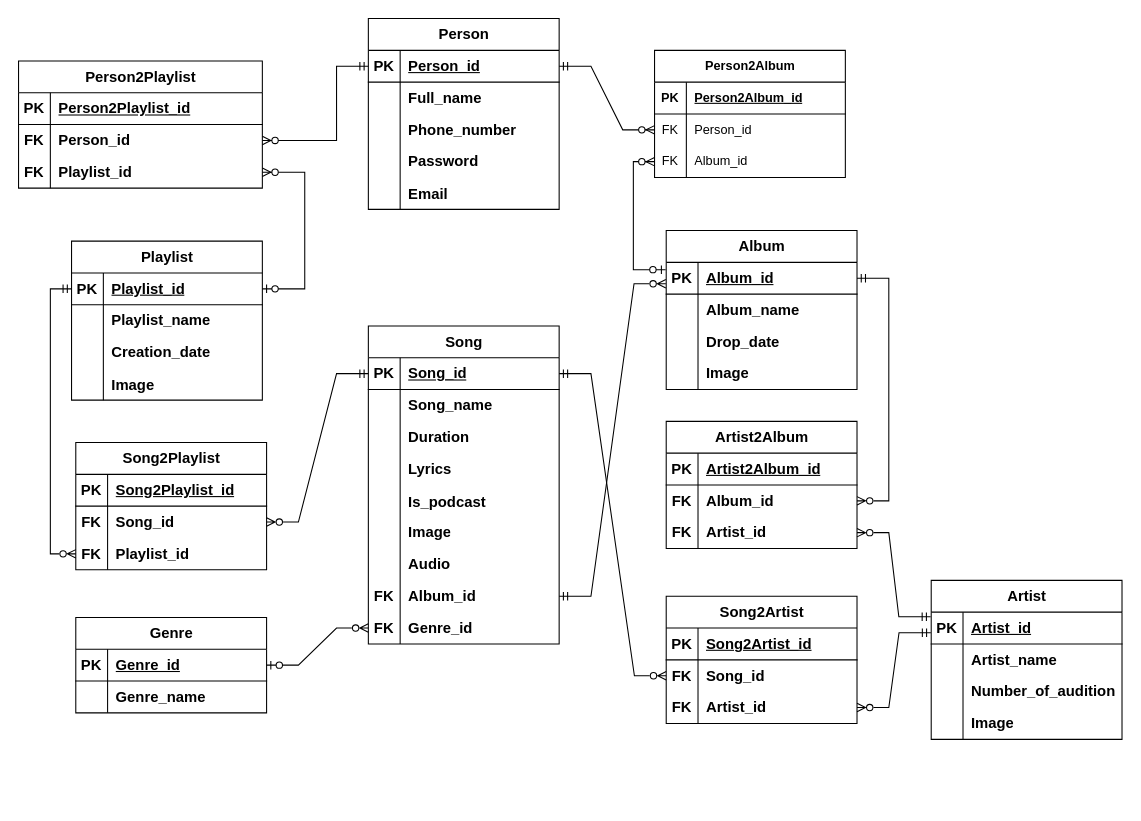
Above: лм v2.0.drawio in marsek4/database (draw.io), before the change. Source tidied: cells renumbered, new cells numbered last; positions are measured from the earlier drawing's top-left corner, leaving out a move shared by most shapes. Both pictures are drawn from the tidied source at 106%, with x=0, y=0 at pixel (18, 18).
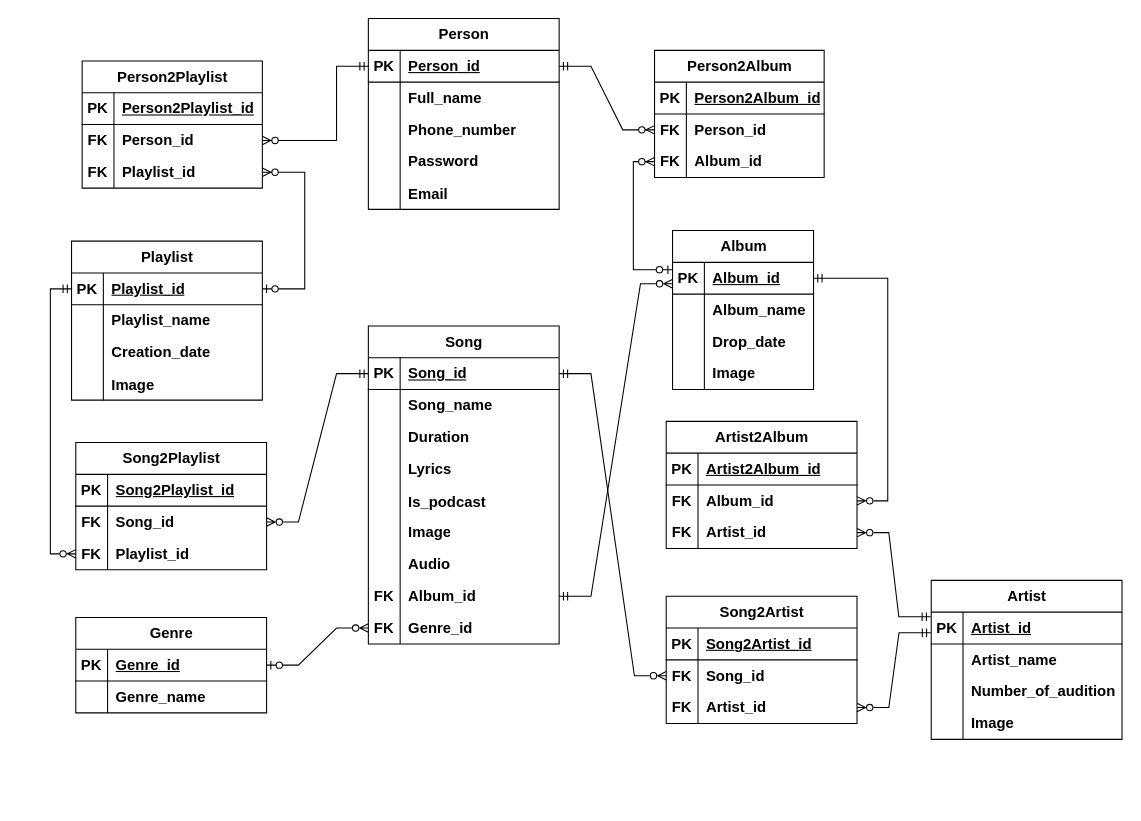
Above is the later version.

Unchanged cells that the change refers to:
```xml
<mxCell id="3" style="shape=tableRow;horizontal=0;startSize=0;swimlaneHead=0;swimlaneBody=0;fillColor=none;points=[[0,0.5],[1,0.5]];portConstraint=eastwest;top=0;left=0;right=0;bottom=1;fontStyle=1;fontSize=14;" parent="2" vertex="1">
  <mxGeometry y="30" width="180" height="30" as="geometry" />
</mxCell>
<mxCell id="129" style="shape=tableRow;horizontal=0;startSize=0;swimlaneHead=0;swimlaneBody=0;fillColor=none;points=[[0,0.5],[1,0.5]];portConstraint=eastwest;top=0;left=0;right=0;bottom=0;fontStyle=1;fontSize=14;" parent="125" vertex="1">
  <mxGeometry y="60" width="180" height="30" as="geometry" />
</mxCell>
```

What changed in the source:
```diff
@@
     <mxCell id="18" value="Album" style="shape=table;startSize=30;childLayout=tableLayout;rowLines=0;fontStyle=1;align=center;html=1;fontSize=14;" parent="1" vertex="1">
-      <mxGeometry x="611" y="200" width="180" height="150" as="geometry" />
+      <mxGeometry x="617" y="200" width="133" height="150" as="geometry" />
     </mxCell>
     <mxCell id="19" style="shape=tableRow;horizontal=0;startSize=0;swimlaneHead=0;swimlaneBody=0;fillColor=none;points=[[0,0.5],[1,0.5]];portConstraint=eastwest;top=0;left=0;right=0;bottom=1;fontStyle=1;fontSize=14;" parent="18" vertex="1">
-      <mxGeometry y="30" width="180" height="30" as="geometry" />
+      <mxGeometry y="30" width="133" height="30" as="geometry" />
     </mxCell>
@@
     <mxCell id="21" value="Album_id" style="shape=partialRectangle;fillColor=none;top=0;left=0;bottom=0;right=0;align=left;spacingLeft=6;fontStyle=5;overflow=hidden;whiteSpace=wrap;html=1;fontSize=14;" parent="19" vertex="1">
-      <mxGeometry x="30" width="150" height="30" as="geometry" />
+      <mxGeometry x="30" width="103" height="30" as="geometry" />
     </mxCell>
     <mxCell id="22" style="shape=tableRow;horizontal=0;startSize=0;swimlaneHead=0;swimlaneBody=0;fillColor=none;top=0;left=0;right=0;bottom=0;fontStyle=1;fontSize=14;" parent="18" vertex="1">
-      <mxGeometry y="60" width="180" height="30" as="geometry" />
+      <mxGeometry y="60" width="133" height="30" as="geometry" />
     </mxCell>
@@
     <mxCell id="24" value="Album_name" style="shape=partialRectangle;fillColor=none;top=0;left=0;bottom=0;right=0;align=left;spacingLeft=6;overflow=hidden;whiteSpace=wrap;html=1;fontStyle=1;fontSize=14;" parent="22" vertex="1">
-      <mxGeometry x="30" width="150" height="30" as="geometry" />
+      <mxGeometry x="30" width="103" height="30" as="geometry" />
     </mxCell>
     <mxCell id="25" style="shape=tableRow;horizontal=0;startSize=0;swimlaneHead=0;swimlaneBody=0;fillColor=none;top=0;left=0;right=0;bottom=0;fontStyle=1;fontSize=14;" parent="18" vertex="1">
-      <mxGeometry y="90" width="180" height="30" as="geometry" />
+      <mxGeometry y="90" width="133" height="30" as="geometry" />
     </mxCell>
@@
     <mxCell id="27" value="Drop_date" style="shape=partialRectangle;fillColor=none;top=0;left=0;bottom=0;right=0;align=left;spacingLeft=6;overflow=hidden;whiteSpace=wrap;html=1;fontStyle=1;fontSize=14;" parent="25" vertex="1">
-      <mxGeometry x="30" width="150" height="30" as="geometry" />
+      <mxGeometry x="30" width="103" height="30" as="geometry" />
     </mxCell>
     <mxCell id="28" style="shape=tableRow;horizontal=0;startSize=0;swimlaneHead=0;swimlaneBody=0;fillColor=none;top=0;left=0;right=0;bottom=0;fontStyle=1;fontSize=14;" parent="18" vertex="1">
-      <mxGeometry y="120" width="180" height="30" as="geometry" />
+      <mxGeometry y="120" width="133" height="30" as="geometry" />
     </mxCell>
@@
     <mxCell id="30" value="Image" style="shape=partialRectangle;fillColor=none;top=0;left=0;bottom=0;right=0;align=left;spacingLeft=6;fontStyle=1;overflow=hidden;whiteSpace=wrap;html=1;fontSize=14;" parent="28" vertex="1">
-      <mxGeometry x="30" width="150" height="30" as="geometry" />
+      <mxGeometry x="30" width="103" height="30" as="geometry" />
     </mxCell>
@@
     <mxCell id="112" value="Person2Playlist" style="shape=table;startSize=30;childLayout=tableLayout;rowLines=0;fontStyle=1;align=center;html=1;fontSize=14;" parent="1" vertex="1">
-      <mxGeometry y="40" width="230" height="120" as="geometry" />
+      <mxGeometry x="60" y="40" width="170" height="120" as="geometry" />
     </mxCell>
     <mxCell id="113" style="shape=tableRow;horizontal=0;startSize=0;swimlaneHead=0;swimlaneBody=0;fillColor=none;top=0;left=0;right=0;bottom=1;fontStyle=1;fontSize=14;" parent="112" vertex="1">
-      <mxGeometry y="30" width="230" height="30" as="geometry" />
+      <mxGeometry y="30" width="170" height="30" as="geometry" />
     </mxCell>
@@
     <mxCell id="115" value="Person2Playlist_id" style="shape=partialRectangle;fillColor=none;top=0;left=0;bottom=0;right=0;align=left;spacingLeft=6;fontStyle=5;overflow=hidden;whiteSpace=wrap;html=1;fontSize=14;" parent="113" vertex="1">
-      <mxGeometry x="30" width="200" height="30" as="geometry" />
+      <mxGeometry x="30" width="140" height="30" as="geometry" />
     </mxCell>
     <mxCell id="116" style="shape=tableRow;horizontal=0;startSize=0;swimlaneHead=0;swimlaneBody=0;fillColor=none;points=[[0,0.5],[1,0.5]];portConstraint=eastwest;top=0;left=0;right=0;bottom=0;fontStyle=1;fontSize=14;" parent="112" vertex="1">
-      <mxGeometry y="60" width="230" height="30" as="geometry" />
+      <mxGeometry y="60" width="170" height="30" as="geometry" />
     </mxCell>
@@
     <mxCell id="118" value="Person_id" style="shape=partialRectangle;fillColor=none;top=0;left=0;bottom=0;right=0;align=left;spacingLeft=6;fontStyle=1;overflow=hidden;whiteSpace=wrap;html=1;fontSize=14;" parent="116" vertex="1">
-      <mxGeometry x="30" width="200" height="30" as="geometry" />
+      <mxGeometry x="30" width="140" height="30" as="geometry" />
     </mxCell>
     <mxCell id="119" style="shape=tableRow;horizontal=0;startSize=0;swimlaneHead=0;swimlaneBody=0;fillColor=none;points=[[0,0.5],[1,0.5]];portConstraint=eastwest;top=0;left=0;right=0;bottom=0;fontStyle=1;fontSize=14;" parent="112" vertex="1">
-      <mxGeometry y="90" width="230" height="30" as="geometry" />
+      <mxGeometry y="90" width="170" height="30" as="geometry" />
     </mxCell>
@@
     <mxCell id="121" value="Playlist_id" style="shape=partialRectangle;fillColor=none;top=0;left=0;bottom=0;right=0;align=left;spacingLeft=6;fontStyle=1;overflow=hidden;whiteSpace=wrap;html=1;fontSize=14;" parent="119" vertex="1">
-      <mxGeometry x="30" width="200" height="30" as="geometry" />
+      <mxGeometry x="30" width="140" height="30" as="geometry" />
     </mxCell>
@@
-    <mxCell id="136" style="edgeStyle=entityRelationEdgeStyle;fontSize=14;html=1;endArrow=ERmandOne;startArrow=ERzeroToMany;rounded=0;entryX=1;entryY=0.5;entryDx=0;entryDy=0;endFill=0;exitX=1;exitY=0.5;exitDx=0;exitDy=0;fontStyle=1;startFill=0;" parent="1" edge="1" source="129" target="19">
+    <mxCell id="136" style="edgeStyle=elbowEdgeStyle;fontSize=14;html=1;endArrow=ERmandOne;startArrow=ERzeroToMany;rounded=0;entryX=1;entryY=0.5;entryDx=0;entryDy=0;endFill=0;exitX=1;exitY=0.5;exitDx=0;exitDy=0;fontStyle=1;startFill=0;" parent="1" edge="1" source="129" target="19">
       <mxGeometry relative="1" as="geometry">
         <Array as="points">
-          <mxPoint x="811" y="420" />
-          <mxPoint x="811" y="420" />
+          <mxPoint x="820" y="330" />
         </Array>
       </mxGeometry>
     </mxCell>
@@
-    <mxCell id="145" value="Person2Album" style="shape=table;startSize=30;childLayout=tableLayout;rowLines=0;fontStyle=1;align=center;html=1;" parent="1" vertex="1">
-      <mxGeometry x="600" y="30" width="180" height="120" as="geometry" />
+    <mxCell id="145" value="Person2Album" style="shape=table;startSize=30;childLayout=tableLayout;rowLines=0;fontStyle=1;align=center;html=1;fontSize=14;" parent="1" vertex="1">
+      <mxGeometry x="600" y="30" width="160" height="120" as="geometry" />
     </mxCell>
-    <mxCell id="146" style="shape=tableRow;horizontal=0;startSize=0;swimlaneHead=0;swimlaneBody=0;fillColor=none;top=0;left=0;right=0;bottom=1;" parent="145" vertex="1">
-      <mxGeometry y="30" width="180" height="30" as="geometry" />
+    <mxCell id="146" style="shape=tableRow;horizontal=0;startSize=0;swimlaneHead=0;swimlaneBody=0;fillColor=none;top=0;left=0;right=0;bottom=1;fontStyle=1;fontSize=14;" parent="145" vertex="1">
+      <mxGeometry y="30" width="160" height="30" as="geometry" />
     </mxCell>
-    <mxCell id="147" value="PK" style="shape=partialRectangle;fillColor=none;top=0;left=0;bottom=0;right=0;fontStyle=1;overflow=hidden;whiteSpace=wrap;html=1;" parent="146" vertex="1">
+    <mxCell id="147" value="PK" style="shape=partialRectangle;fillColor=none;top=0;left=0;bottom=0;right=0;fontStyle=1;overflow=hidden;whiteSpace=wrap;html=1;fontSize=14;" parent="146" vertex="1">
       <mxGeometry width="30" height="30" as="geometry" />
     </mxCell>
-    <mxCell id="148" value="Person2Album_id" style="shape=partialRectangle;fillColor=none;top=0;left=0;bottom=0;right=0;align=left;spacingLeft=6;fontStyle=5;overflow=hidden;whiteSpace=wrap;html=1;" parent="146" vertex="1">
-      <mxGeometry x="30" width="150" height="30" as="geometry" />
+    <mxCell id="148" value="Person2Album_id" style="shape=partialRectangle;fillColor=none;top=0;left=0;bottom=0;right=0;align=left;spacingLeft=6;fontStyle=5;overflow=hidden;whiteSpace=wrap;html=1;fontSize=14;" parent="146" vertex="1">
+      <mxGeometry x="30" width="130" height="30" as="geometry" />
     </mxCell>
-    <mxCell id="149" style="shape=tableRow;horizontal=0;startSize=0;swimlaneHead=0;swimlaneBody=0;fillColor=none;points=[[0,0.5],[1,0.5]];portConstraint=eastwest;top=0;left=0;right=0;bottom=0;" parent="145" vertex="1">
-      <mxGeometry y="60" width="180" height="30" as="geometry" />
+    <mxCell id="149" style="shape=tableRow;horizontal=0;startSize=0;swimlaneHead=0;swimlaneBody=0;fillColor=none;points=[[0,0.5],[1,0.5]];portConstraint=eastwest;top=0;left=0;right=0;bottom=0;fontStyle=1;fontSize=14;" parent="145" vertex="1">
+      <mxGeometry y="60" width="160" height="30" as="geometry" />
     </mxCell>
-    <mxCell id="150" value="FK" style="shape=partialRectangle;fillColor=none;top=0;left=0;bottom=0;right=0;fontStyle=0;overflow=hidden;whiteSpace=wrap;html=1;" parent="149" vertex="1">
+    <mxCell id="150" value="FK" style="shape=partialRectangle;fillColor=none;top=0;left=0;bottom=0;right=0;fontStyle=1;overflow=hidden;whiteSpace=wrap;html=1;fontSize=14;" parent="149" vertex="1">
       <mxGeometry width="30" height="30" as="geometry" />
     </mxCell>
-    <mxCell id="151" value="Person_id" style="shape=partialRectangle;fillColor=none;top=0;left=0;bottom=0;right=0;align=left;spacingLeft=6;fontStyle=0;overflow=hidden;whiteSpace=wrap;html=1;" parent="149" vertex="1">
-      <mxGeometry x="30" width="150" height="30" as="geometry" />
+    <mxCell id="151" value="Person_id" style="shape=partialRectangle;fillColor=none;top=0;left=0;bottom=0;right=0;align=left;spacingLeft=6;fontStyle=1;overflow=hidden;whiteSpace=wrap;html=1;fontSize=14;" parent="149" vertex="1">
+      <mxGeometry x="30" width="130" height="30" as="geometry" />
     </mxCell>
-    <mxCell id="152" style="shape=tableRow;horizontal=0;startSize=0;swimlaneHead=0;swimlaneBody=0;fillColor=none;points=[[0,0.5],[1,0.5]];portConstraint=eastwest;top=0;left=0;right=0;bottom=0;" parent="145" vertex="1">
-      <mxGeometry y="90" width="180" height="30" as="geometry" />
+    <mxCell id="152" style="shape=tableRow;horizontal=0;startSize=0;swimlaneHead=0;swimlaneBody=0;fillColor=none;points=[[0,0.5],[1,0.5]];portConstraint=eastwest;top=0;left=0;right=0;bottom=0;fontStyle=1;fontSize=14;" parent="145" vertex="1">
+      <mxGeometry y="90" width="160" height="30" as="geometry" />
     </mxCell>
-    <mxCell id="153" value="FK" style="shape=partialRectangle;fillColor=none;top=0;left=0;bottom=0;right=0;fontStyle=0;overflow=hidden;whiteSpace=wrap;html=1;" parent="152" vertex="1">
+    <mxCell id="153" value="FK" style="shape=partialRectangle;fillColor=none;top=0;left=0;bottom=0;right=0;fontStyle=1;overflow=hidden;whiteSpace=wrap;html=1;fontSize=14;" parent="152" vertex="1">
       <mxGeometry width="30" height="30" as="geometry" />
     </mxCell>
-    <mxCell id="154" value="Album_id" style="shape=partialRectangle;fillColor=none;top=0;left=0;bottom=0;right=0;align=left;spacingLeft=6;fontStyle=0;overflow=hidden;whiteSpace=wrap;html=1;" parent="152" vertex="1">
-      <mxGeometry x="30" width="150" height="30" as="geometry" />
+    <mxCell id="154" value="Album_id" style="shape=partialRectangle;fillColor=none;top=0;left=0;bottom=0;right=0;align=left;spacingLeft=6;fontStyle=1;overflow=hidden;whiteSpace=wrap;html=1;fontSize=14;" parent="152" vertex="1">
+      <mxGeometry x="30" width="130" height="30" as="geometry" />
     </mxCell>
-    <mxCell id="155" style="edgeStyle=entityRelationEdgeStyle;fontSize=12;html=1;endArrow=ERzeroToMany;startArrow=ERmandOne;rounded=0;entryX=0;entryY=0.5;entryDx=0;entryDy=0;exitX=1;exitY=0.5;exitDx=0;exitDy=0;" parent="1" edge="1" source="3" target="149">
+    <mxCell id="155" style="edgeStyle=entityRelationEdgeStyle;fontSize=14;html=1;endArrow=ERzeroToMany;startArrow=ERmandOne;rounded=0;entryX=0;entryY=0.5;entryDx=0;entryDy=0;exitX=1;exitY=0.5;exitDx=0;exitDy=0;fontStyle=1;" parent="1" edge="1" source="3" target="149">
       <mxGeometry relative="1" as="geometry" />
     </mxCell>
```
